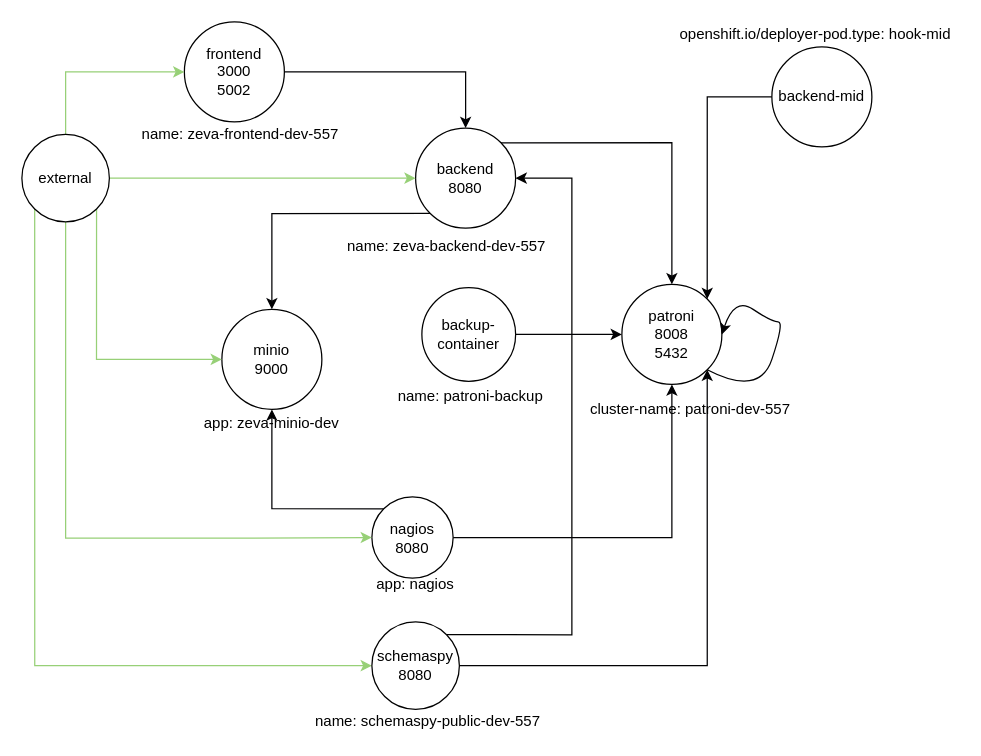
The draw.io diagram openshift/templates/knp/knp-diagram.drawio in bcgov/cthub, before the edit. Source tidied: cells renumbered, new cells numbered last; positions are measured from the earlier drawing's top-left corner, leaving out a move shared by most shapes. Both pictures are drawn from the tidied source at 125%, with x=0, y=0 at pixel (21, 21).
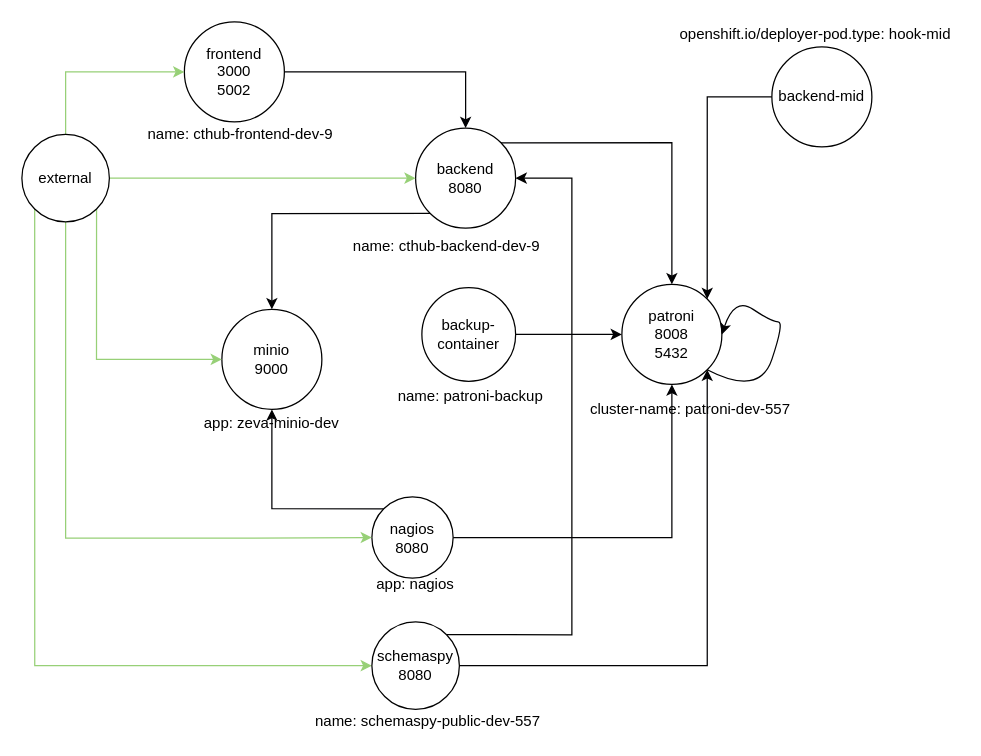
After the change.

Change to the diagram source:
```diff
@@
-    <mxCell id="27" value="name: zeva-backend-dev-557" style="text;html=1;strokeColor=none;fillColor=none;align=center;verticalAlign=middle;whiteSpace=wrap;rounded=0;" parent="1" vertex="1">
+    <mxCell id="27" value="name: cthub-backend-dev-9" style="text;html=1;strokeColor=none;fillColor=none;align=center;verticalAlign=middle;whiteSpace=wrap;rounded=0;" parent="1" vertex="1">
       <mxGeometry x="250" y="170" width="180" height="20" as="geometry" />
     </mxCell>
@@
-    <mxCell id="32" value="name: zeva-frontend-dev-557" style="text;html=1;strokeColor=none;fillColor=none;align=center;verticalAlign=middle;whiteSpace=wrap;rounded=0;" parent="1" vertex="1">
+    <mxCell id="32" value="name: cthub-frontend-dev-9" style="text;html=1;strokeColor=none;fillColor=none;align=center;verticalAlign=middle;whiteSpace=wrap;rounded=0;" parent="1" vertex="1">
       <mxGeometry x="90" y="80" width="170" height="20" as="geometry" />
     </mxCell>
```
